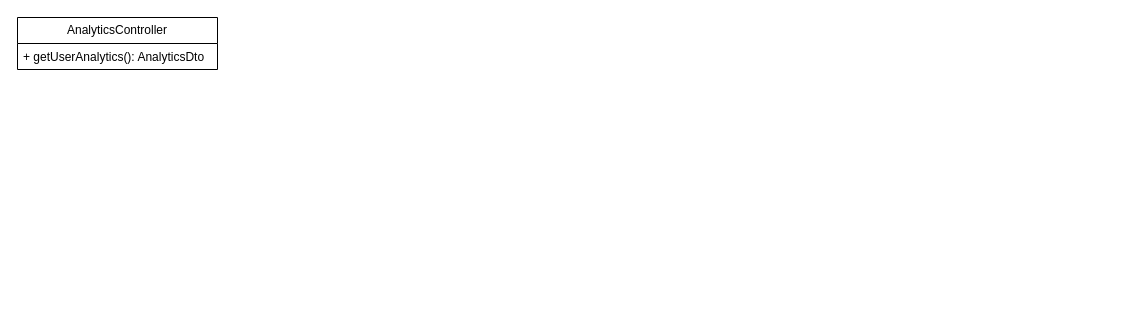
This is Diagram Klas Inżynierka.drawio from MichjuX/UML_Diagrams, a draw.io file, before an edit. Source tidied: cells renumbered, new cells numbered last; positions are measured from the earlier drawing's top-left corner, leaving out a move shared by most shapes. Both pictures are drawn from the tidied source at 100%, with x=0, y=0 at pixel (17, 17).
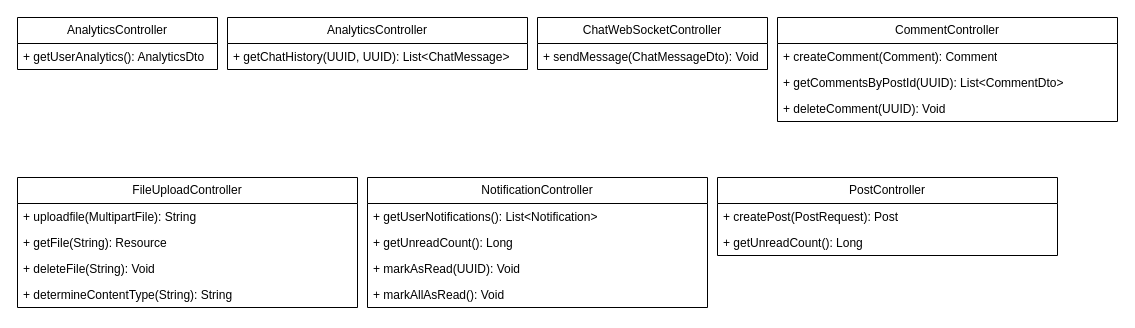
The same diagram, later.

The edit, as a diff of the source:
```diff
@@
+    <mxCell id="4" value="AnalyticsController" style="swimlane;fontStyle=0;horizontal=1;startSize=26;fillColor=none;whiteSpace=wrap;html=1;" parent="1" vertex="1">
+      <mxGeometry x="210" width="300" height="52" as="geometry" />
+    </mxCell>
+    <mxCell id="5" value="+ getChatHistory(UUID, UUID): List&amp;lt;ChatMessage&amp;gt;" style="text;strokeColor=none;fillColor=none;align=left;verticalAlign=top;spacingLeft=4;spacingRight=4;overflow=hidden;whiteSpace=wrap;html=1;" parent="4" vertex="1">
+      <mxGeometry y="26" width="300" height="26" as="geometry" />
+    </mxCell>
+    <mxCell id="6" value="ChatWebSocketController" style="swimlane;fontStyle=0;horizontal=1;startSize=26;fillColor=none;whiteSpace=wrap;html=1;" parent="1" vertex="1">
+      <mxGeometry x="520" width="230" height="52" as="geometry" />
+    </mxCell>
+    <mxCell id="7" value="+ sendMessage(ChatMessageDto): Void" style="text;strokeColor=none;fillColor=none;align=left;verticalAlign=top;spacingLeft=4;spacingRight=4;overflow=hidden;whiteSpace=wrap;html=1;" parent="6" vertex="1">
+      <mxGeometry y="26" width="230" height="26" as="geometry" />
+    </mxCell>
+    <mxCell id="8" value="CommentController" style="swimlane;fontStyle=0;horizontal=1;startSize=26;fillColor=none;whiteSpace=wrap;html=1;" parent="1" vertex="1">
+      <mxGeometry x="760" width="340" height="104" as="geometry" />
+    </mxCell>
+    <mxCell id="9" value="+ createComment(Comment): Comment" style="text;strokeColor=none;fillColor=none;align=left;verticalAlign=top;spacingLeft=4;spacingRight=4;overflow=hidden;whiteSpace=wrap;html=1;" parent="8" vertex="1">
+      <mxGeometry y="26" width="340" height="26" as="geometry" />
+    </mxCell>
+    <mxCell id="10" value="+ getCommentsByPostId(UUID): List&amp;lt;CommentDto&amp;gt;" style="text;strokeColor=none;fillColor=none;align=left;verticalAlign=top;spacingLeft=4;spacingRight=4;overflow=hidden;whiteSpace=wrap;html=1;" parent="8" vertex="1">
+      <mxGeometry y="52" width="340" height="26" as="geometry" />
+    </mxCell>
+    <mxCell id="11" value="+ deleteComment(UUID): Void" style="text;strokeColor=none;fillColor=none;align=left;verticalAlign=top;spacingLeft=4;spacingRight=4;overflow=hidden;whiteSpace=wrap;html=1;" parent="8" vertex="1">
+      <mxGeometry y="78" width="340" height="26" as="geometry" />
+    </mxCell>
+    <mxCell id="12" value="FileUploadController" style="swimlane;fontStyle=0;horizontal=1;startSize=26;fillColor=none;whiteSpace=wrap;html=1;" parent="1" vertex="1">
+      <mxGeometry y="160" width="340" height="130" as="geometry" />
+    </mxCell>
+    <mxCell id="13" value="+ uploadfile(MultipartFile): String" style="text;strokeColor=none;fillColor=none;align=left;verticalAlign=top;spacingLeft=4;spacingRight=4;overflow=hidden;whiteSpace=wrap;html=1;" parent="12" vertex="1">
+      <mxGeometry y="26" width="340" height="26" as="geometry" />
+    </mxCell>
+    <mxCell id="14" value="+ getFile(String): Resource" style="text;strokeColor=none;fillColor=none;align=left;verticalAlign=top;spacingLeft=4;spacingRight=4;overflow=hidden;whiteSpace=wrap;html=1;" parent="12" vertex="1">
+      <mxGeometry y="52" width="340" height="26" as="geometry" />
+    </mxCell>
+    <mxCell id="15" value="+ deleteFile(String): Void" style="text;strokeColor=none;fillColor=none;align=left;verticalAlign=top;spacingLeft=4;spacingRight=4;overflow=hidden;whiteSpace=wrap;html=1;" parent="12" vertex="1">
+      <mxGeometry y="78" width="340" height="26" as="geometry" />
+    </mxCell>
+    <mxCell id="16" value="+ determineContentType(String): String" style="text;strokeColor=none;fillColor=none;align=left;verticalAlign=top;spacingLeft=4;spacingRight=4;overflow=hidden;whiteSpace=wrap;html=1;" parent="12" vertex="1">
+      <mxGeometry y="104" width="340" height="26" as="geometry" />
+    </mxCell>
+    <mxCell id="17" value="NotificationController" style="swimlane;fontStyle=0;horizontal=1;startSize=26;fillColor=none;whiteSpace=wrap;html=1;" parent="1" vertex="1">
+      <mxGeometry x="350" y="160" width="340" height="130" as="geometry" />
+    </mxCell>
+    <mxCell id="18" value="+ getUserNotifications(): List&amp;lt;Notification&amp;gt;" style="text;strokeColor=none;fillColor=none;align=left;verticalAlign=top;spacingLeft=4;spacingRight=4;overflow=hidden;whiteSpace=wrap;html=1;" parent="17" vertex="1">
+      <mxGeometry y="26" width="340" height="26" as="geometry" />
+    </mxCell>
+    <mxCell id="19" value="+ getUnreadCount(): Long" style="text;strokeColor=none;fillColor=none;align=left;verticalAlign=top;spacingLeft=4;spacingRight=4;overflow=hidden;whiteSpace=wrap;html=1;" parent="17" vertex="1">
+      <mxGeometry y="52" width="340" height="26" as="geometry" />
+    </mxCell>
+    <mxCell id="20" value="+ markAsRead(UUID): Void" style="text;strokeColor=none;fillColor=none;align=left;verticalAlign=top;spacingLeft=4;spacingRight=4;overflow=hidden;whiteSpace=wrap;html=1;" parent="17" vertex="1">
+      <mxGeometry y="78" width="340" height="26" as="geometry" />
+    </mxCell>
+    <mxCell id="21" value="+ markAllAsRead(): Void" style="text;strokeColor=none;fillColor=none;align=left;verticalAlign=top;spacingLeft=4;spacingRight=4;overflow=hidden;whiteSpace=wrap;html=1;" parent="17" vertex="1">
+      <mxGeometry y="104" width="340" height="26" as="geometry" />
+    </mxCell>
+    <mxCell id="22" value="PostController" style="swimlane;fontStyle=0;horizontal=1;startSize=26;fillColor=none;whiteSpace=wrap;html=1;" parent="1" vertex="1">
+      <mxGeometry x="700" y="160" width="340" height="78" as="geometry" />
+    </mxCell>
+    <mxCell id="23" value="+ createPost(PostRequest): Post" style="text;strokeColor=none;fillColor=none;align=left;verticalAlign=top;spacingLeft=4;spacingRight=4;overflow=hidden;whiteSpace=wrap;html=1;" parent="22" vertex="1">
+      <mxGeometry y="26" width="340" height="26" as="geometry" />
+    </mxCell>
+    <mxCell id="24" value="+ getUnreadCount(): Long" style="text;strokeColor=none;fillColor=none;align=left;verticalAlign=top;spacingLeft=4;spacingRight=4;overflow=hidden;whiteSpace=wrap;html=1;" parent="22" vertex="1">
+      <mxGeometry y="52" width="340" height="26" as="geometry" />
+    </mxCell>
```
